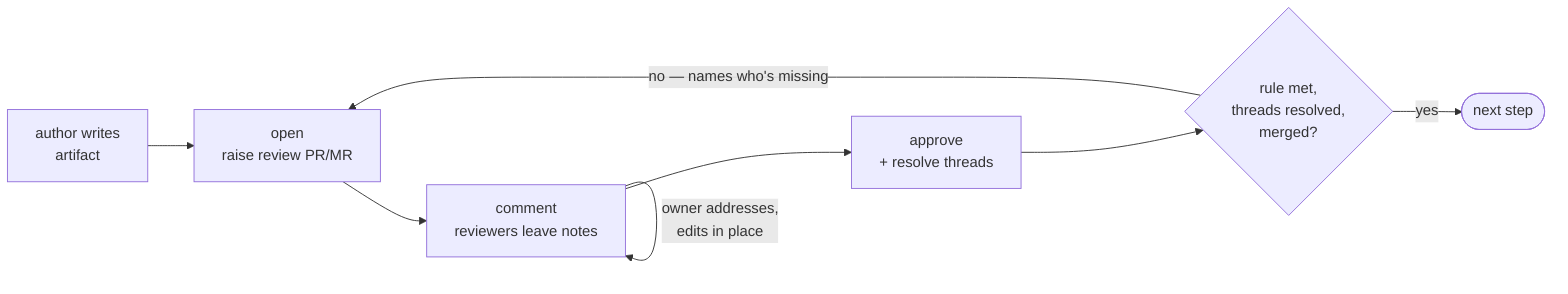
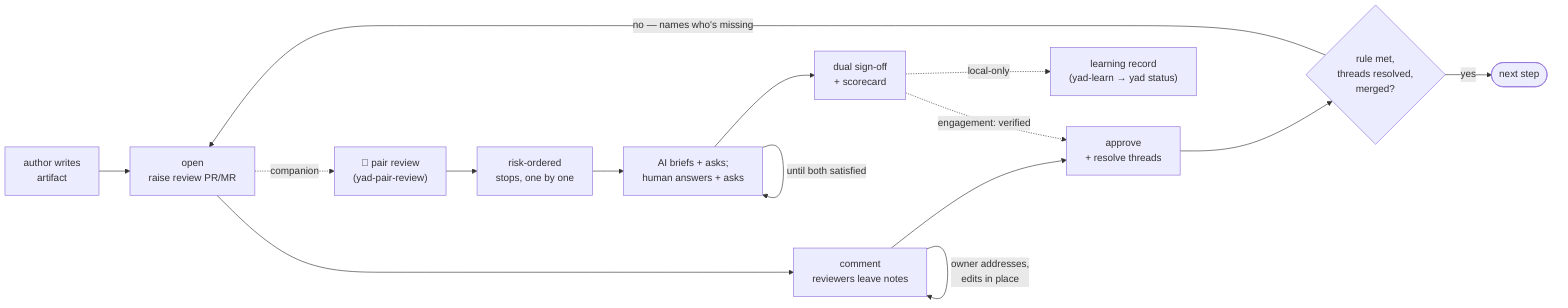
flowchart LR
    a["author writes<br/>artifact"] --> o["open<br/>raise review PR/MR"]
    o --> c["comment<br/>reviewers leave notes"]
    c -->|owner addresses,<br/>edits in place| c
    c --> ap["approve<br/>+ resolve threads"]
    ap --> adv{"rule met,<br/>threads resolved,<br/>merged?"}
    adv -->|no — names who's missing| o
    adv -->|yes| nxt(["next step"])
+ 
+     o -.companion.-> pr["🤝 pair review<br/>(yad-pair-review)"]
+     pr --> stops["risk-ordered<br/>stops, one by one"]
+     stops --> qa["AI briefs + asks;<br/>human answers + asks"]
+     qa -->|until both satisfied| qa
+     qa --> so["dual sign-off<br/>+ scorecard"]
+     so -.engagement: verified.-> ap
+     so -.local-only.-> learn["learning record<br/>(yad-learn → yad status)"]
